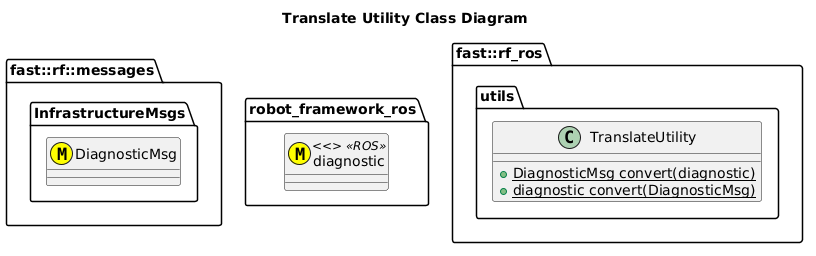
fastrobotics/robot_framework_ros keeps this PlantUML diagram as include/robot_framework_ros/utils/doc/puml/TranslateUtilityClassDiagram.png. Above is the earlier version.
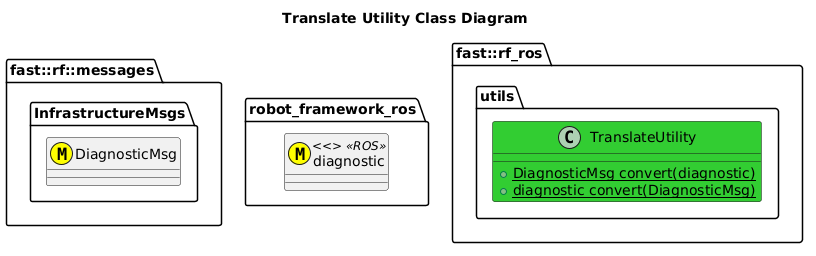
The same file after the commit.

Change to the diagram source:
```diff
@@ -10,7 +10,7 @@
 }
 namespace fast::rf_ros {
     namespace utils {
-        class TranslateUtility {
+        class TranslateUtility #LimeGreen {
             +{static} DiagnosticMsg convert(diagnostic)
             +{static} diagnostic convert(DiagnosticMsg)
         }
```
